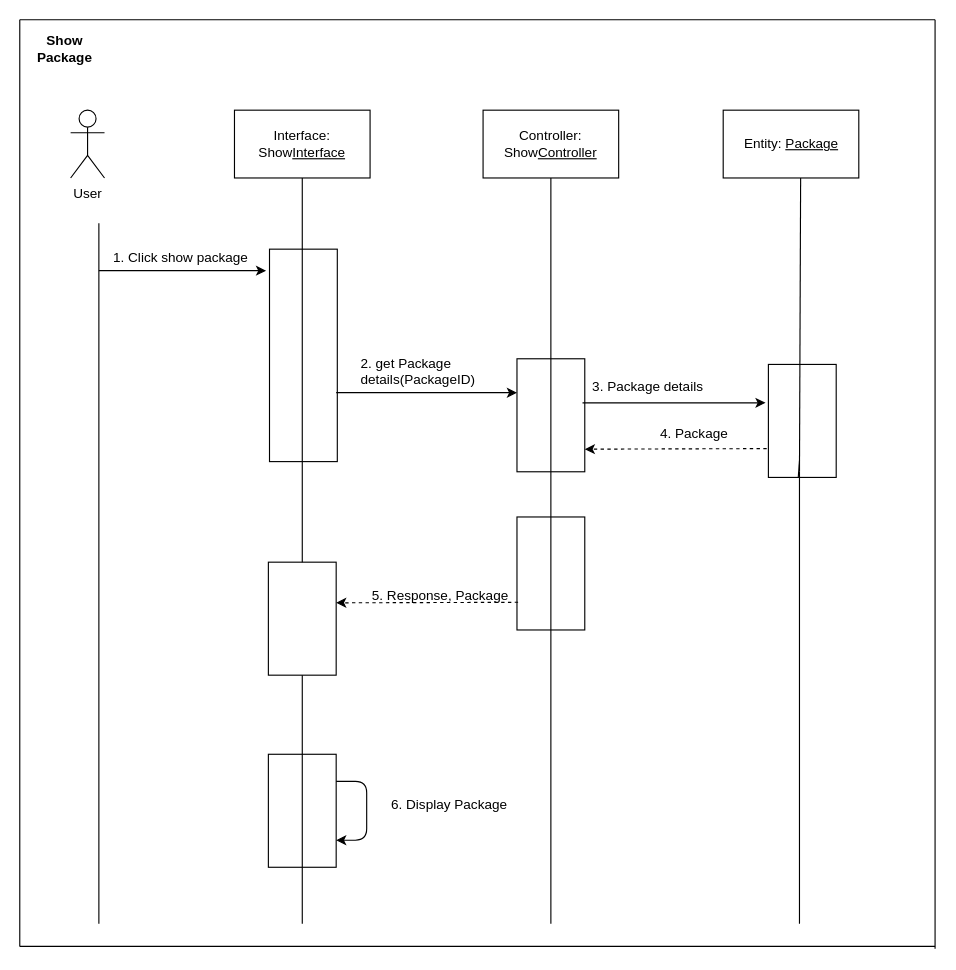
Before: page "Show Package" (5 of 10) of Travel Managemet System/Sequence Diagram.drawio in shreyzo/Travel-Management-System, a draw.io diagram. Source tidied: cells renumbered, new cells numbered last; positions are measured from the earlier drawing's top-left corner, leaving out a move shared by most shapes. Both pictures are drawn from the tidied source at 113%, with x=0, y=0 at pixel (19, 19).
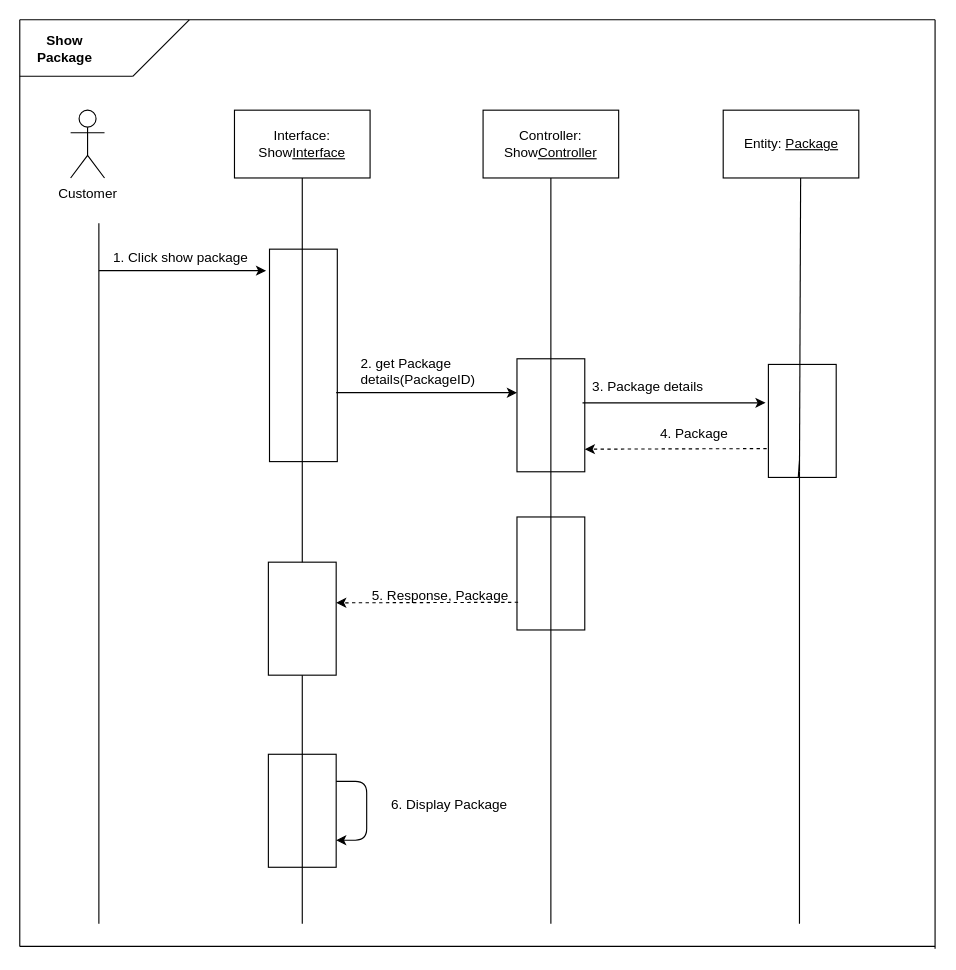
Above is the later version.

Diff of the diagram source:
```diff
@@
-    <mxCell id="2" value="User" style="shape=umlActor;verticalLabelPosition=bottom;labelBackgroundColor=#ffffff;verticalAlign=top;html=1;" parent="1" vertex="1">
+    <mxCell id="2" value="Customer" style="shape=umlActor;verticalLabelPosition=bottom;labelBackgroundColor=#ffffff;verticalAlign=top;html=1;" parent="1" vertex="1">
       <mxGeometry x="45" y="80" width="30" height="60" as="geometry" />
     </mxCell>
@@
+    <mxCell id="36" style="endArrow=none;html=1;" parent="1" edge="1">
+      <mxGeometry relative="1" as="geometry">
+        <mxPoint y="50" as="sourcePoint" />
+        <mxPoint x="100" y="50" as="targetPoint" />
+      </mxGeometry>
+    </mxCell>
+    <mxCell id="37" style="endArrow=none;html=1;" parent="1" edge="1">
+      <mxGeometry relative="1" as="geometry">
+        <mxPoint x="100" y="50" as="sourcePoint" />
+        <mxPoint x="150" as="targetPoint" />
+      </mxGeometry>
+    </mxCell>
```
